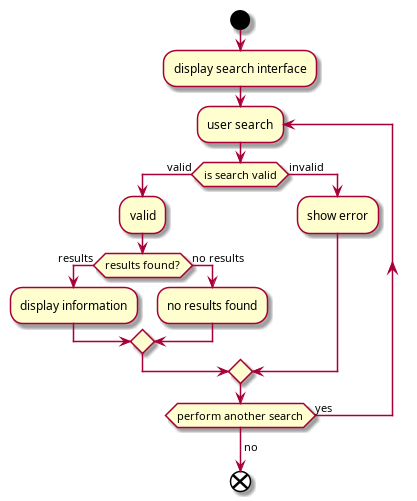
This is Activity Diagram.png from h0dgep0dge/itsd6.349, a PlantUML export, as it was before one commit. Its source is kept beside it as Activity Diagram.puml. Source of this version:
```plantuml
@startuml Activity Diagram

start
    :display search interface;
    repeat :user search;
    if(is search valid) then (valid)
        :valid;
        if(results found?) then (results)
            :display information;
        else (no results)
            :no results found;
        endif
    else (invalid)
        :show error;
    endif
    repeat while (perform another search) is (yes)
    ->no;
end
@enduml
```
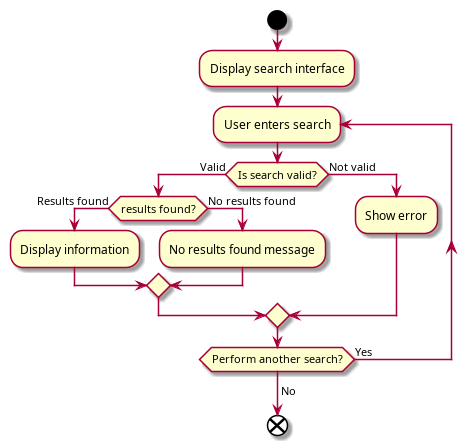
The same diagram one commit later.

Commit message:
worked on diagrams

The edit, as a diff of the source:
```diff
@@ -1,19 +1,19 @@
 @startuml Activity Diagram
 
 start
-    :display search interface;
-    repeat :user search;
-    if(is search valid) then (valid)
-        :valid;
-        if(results found?) then (results)
-            :display information;
-        else (no results)
-            :no results found;
+    :Display search interface;
+    repeat :User enters search;
+    if(Is search valid?) then (Valid)
+        if(results found?) then (Results found)
+            :Display information;
+        else (No results found)
+            :No results found message;
         endif
-    else (invalid)
-        :show error;
+    else (Not valid)
+        :Show error;
     endif
-    repeat while (perform another search) is (yes)
-    ->no;
+    repeat while (Perform another search?) is (Yes)
+    ->No;
 end
+
 @enduml
```
